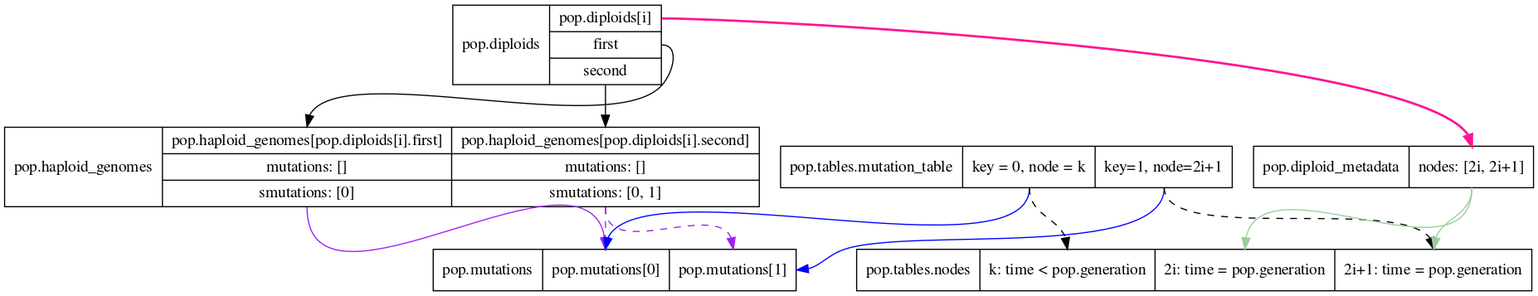
This is doc/images/structures.png from molpopgen/fwdpy11, a Graphviz export, as it was before one commit. Its source is kept beside it as doc/images/structures.dot.
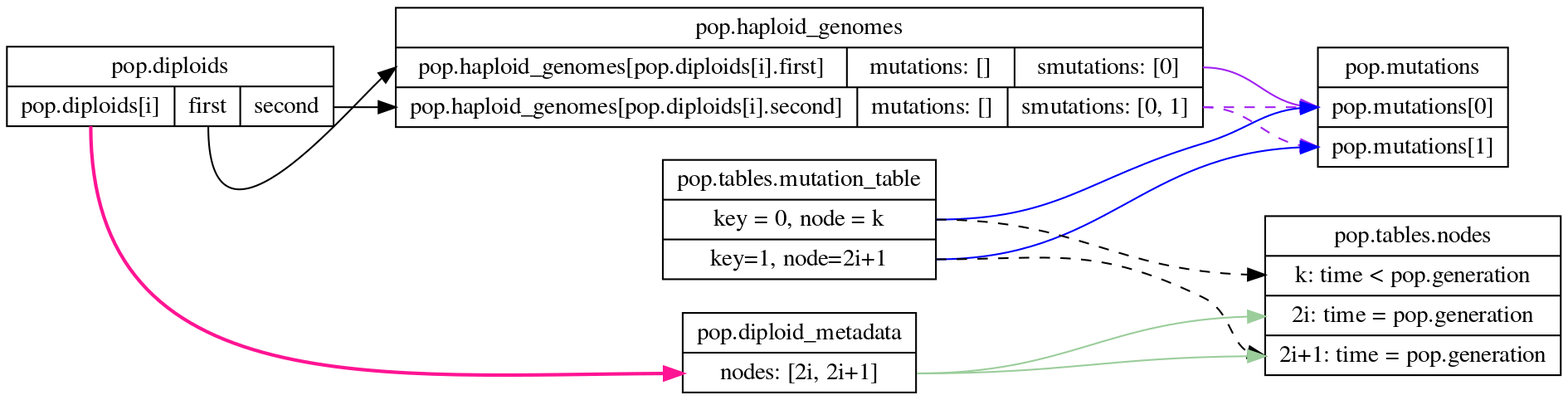
Above is the later version.

Commit message:
reorg dot code so that png is more readable in manual

What changed in the source:
```diff
@@ -1,6 +1,8 @@
 digraph g {
     graph [
-     dpi = 100
+     dpi = 150;
+     fontsize = 36;
+     rankdir = LR;
     ]
     node [shape="record"]
     "diploids" [
```
